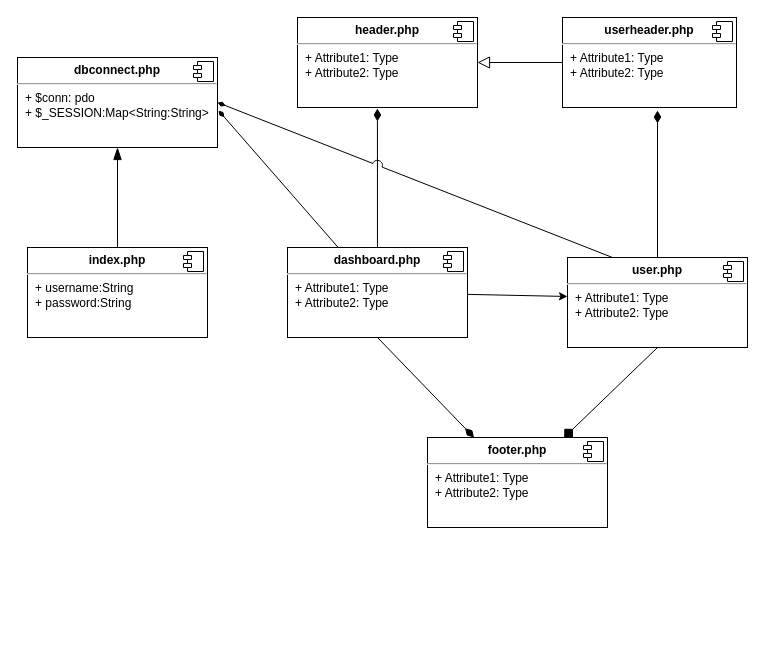
This is page "php:components" (4 of 7) of docs/2020-06-21_UML.drawio from m00racle/trialpos, a draw.io file, before an edit. Source tidied: cells renumbered, new cells numbered last; positions are measured from the earlier drawing's top-left corner, leaving out a move shared by most shapes. Both pictures are drawn from the tidied source at 100%, with x=0, y=0 at pixel (17, 17).
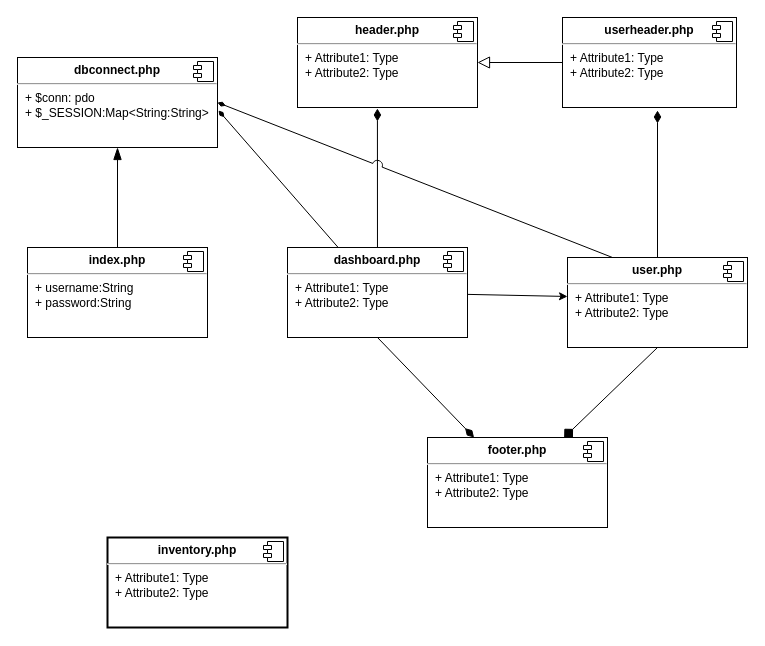
The same diagram, later.

Diff of the diagram source:
```diff
@@
+    <mxCell id="25" value="&lt;p style=&quot;margin: 0px ; margin-top: 6px ; text-align: center&quot;&gt;&lt;b&gt;inventory.php&lt;/b&gt;&lt;/p&gt;&lt;hr&gt;&lt;p style=&quot;margin: 0px ; margin-left: 8px&quot;&gt;+ Attribute1: Type&lt;br&gt;+ Attribute2: Type&lt;/p&gt;" style="align=left;overflow=fill;html=1;strokeColor=#000000;strokeWidth=2;" parent="1" vertex="1">
+      <mxGeometry x="90" y="520" width="180" height="90" as="geometry" />
+    </mxCell>
+    <mxCell id="26" style="shape=component;jettyWidth=8;jettyHeight=4;" parent="25" vertex="1">
+      <mxGeometry x="1" width="20" height="20" relative="1" as="geometry">
+        <mxPoint x="-24" y="4" as="offset" />
+      </mxGeometry>
+    </mxCell>
```
